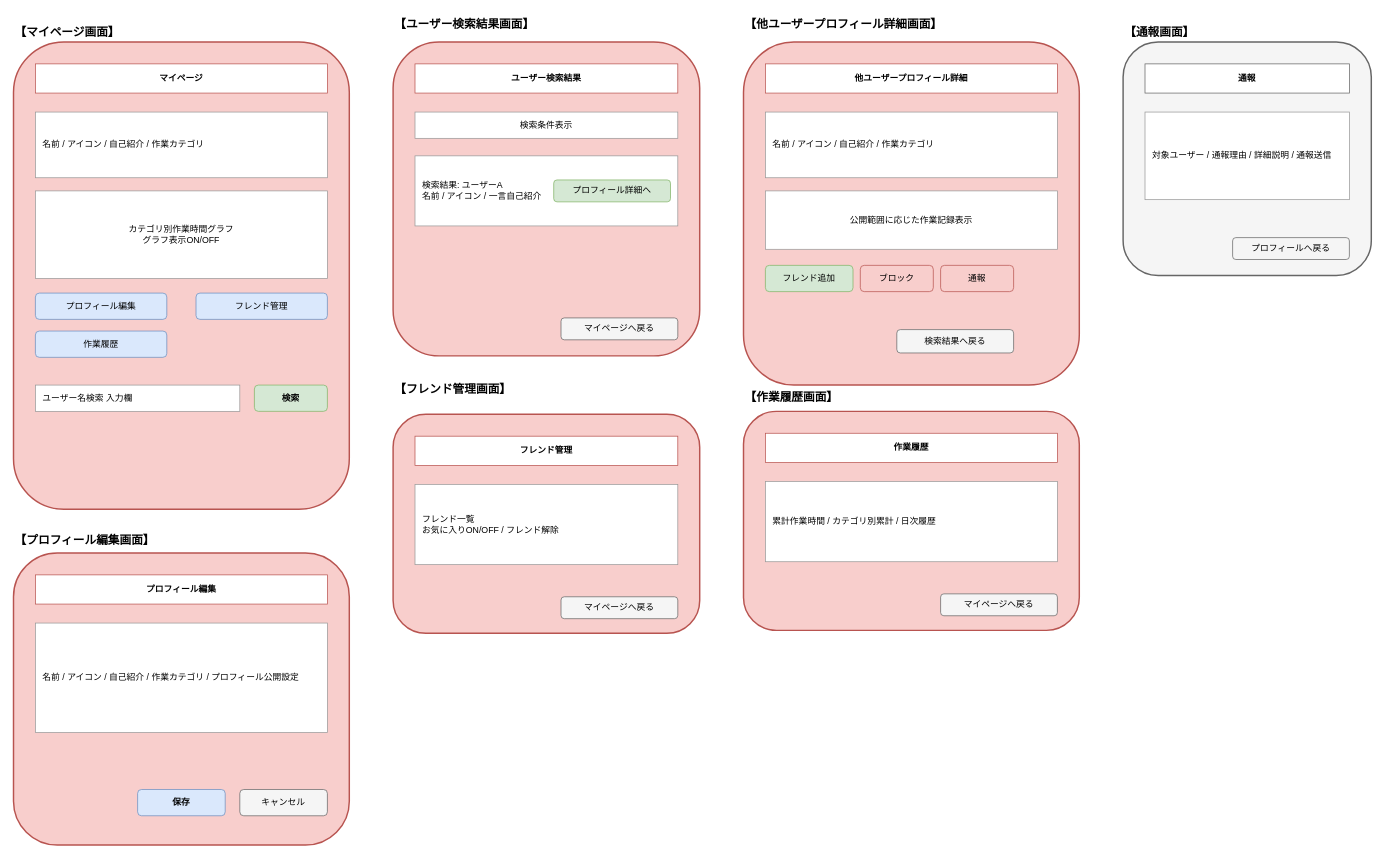
Before: page "マイページ・ソーシャル" (3 of 4) of docs/screen_wireframe.drawio in yuu-ux/online-workspace, a draw.io diagram. Source tidied: cells renumbered, new cells numbered last; positions are measured from the earlier drawing's top-left corner, leaving out a move shared by most shapes. Both pictures are drawn from the tidied source at 73%, with x=0, y=0 at pixel (13, 12).
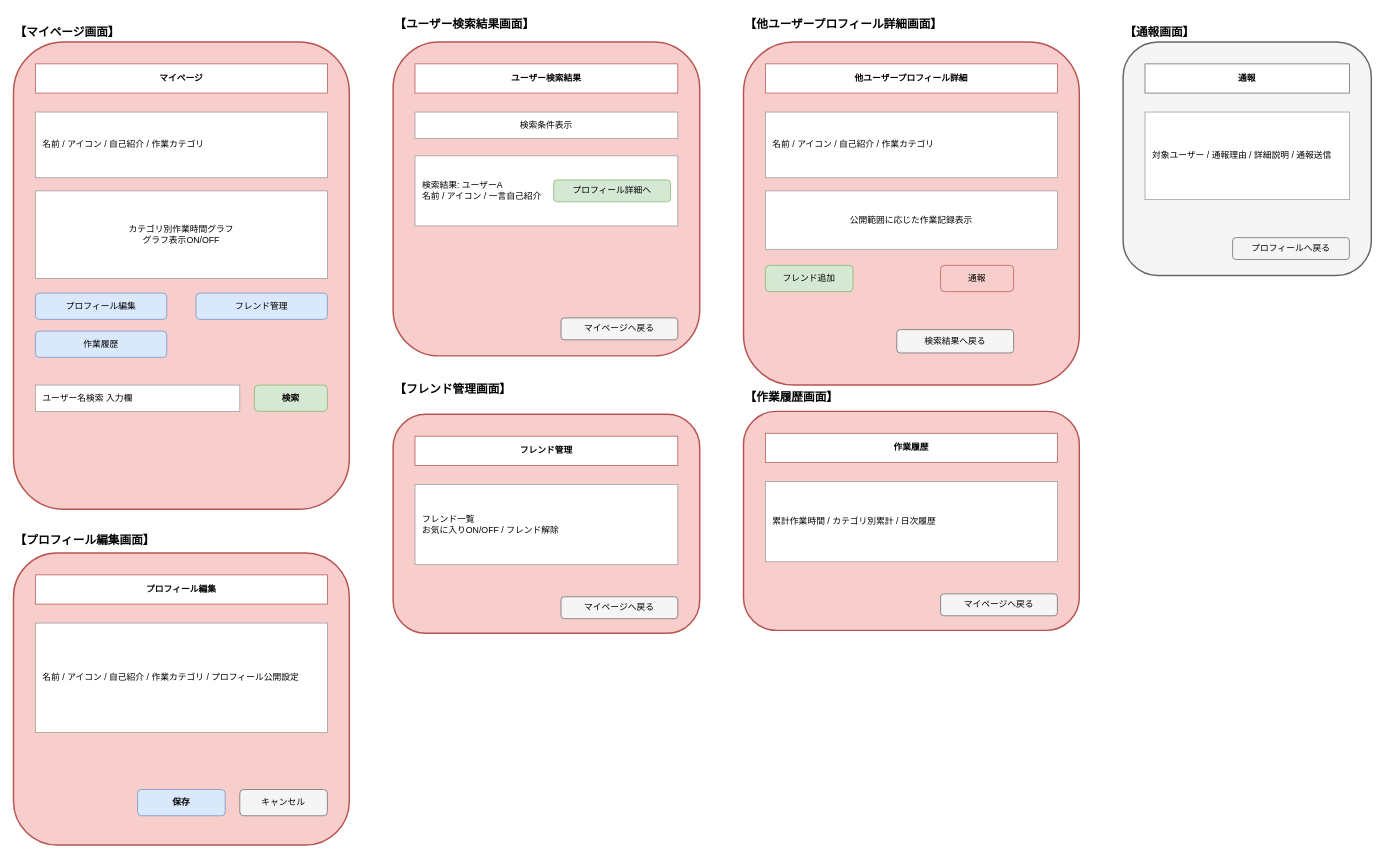
Above is the later version.

What changed in the source:
```diff
@@
-    <mxCell id="25" value="ブロック" style="rounded=1;whiteSpace=wrap;html=1;fillColor=#f8cecc;strokeColor=#b85450;" parent="1" vertex="1">
-      <mxGeometry x="1160" y="346" width="100" height="36" as="geometry" />
-    </mxCell>
```
